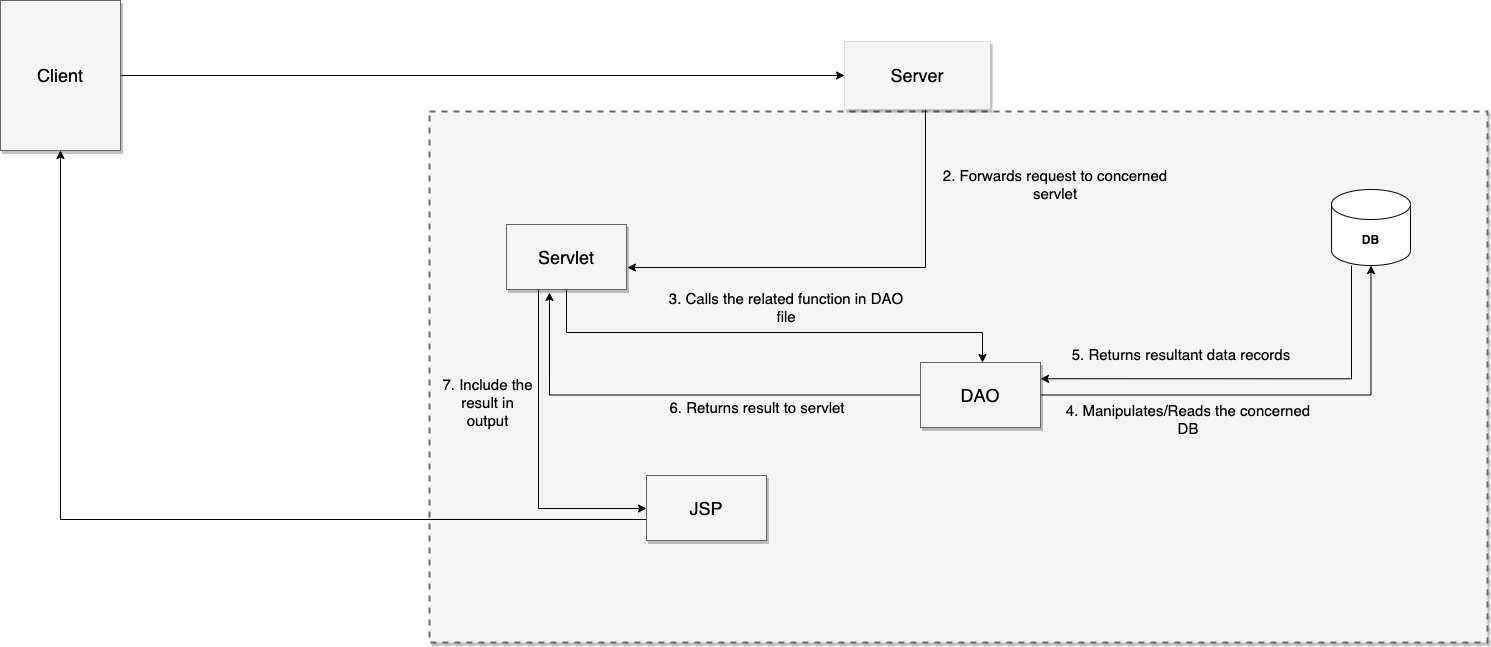
Before: HighLevelOverview.drawio.png, a diagram exported from draw.io (priyalsharma/covid19-supply). Source tidied: cells renumbered, new cells last; positions are measured from the earlier drawing's top-left corner, leaving out a move shared by most shapes.
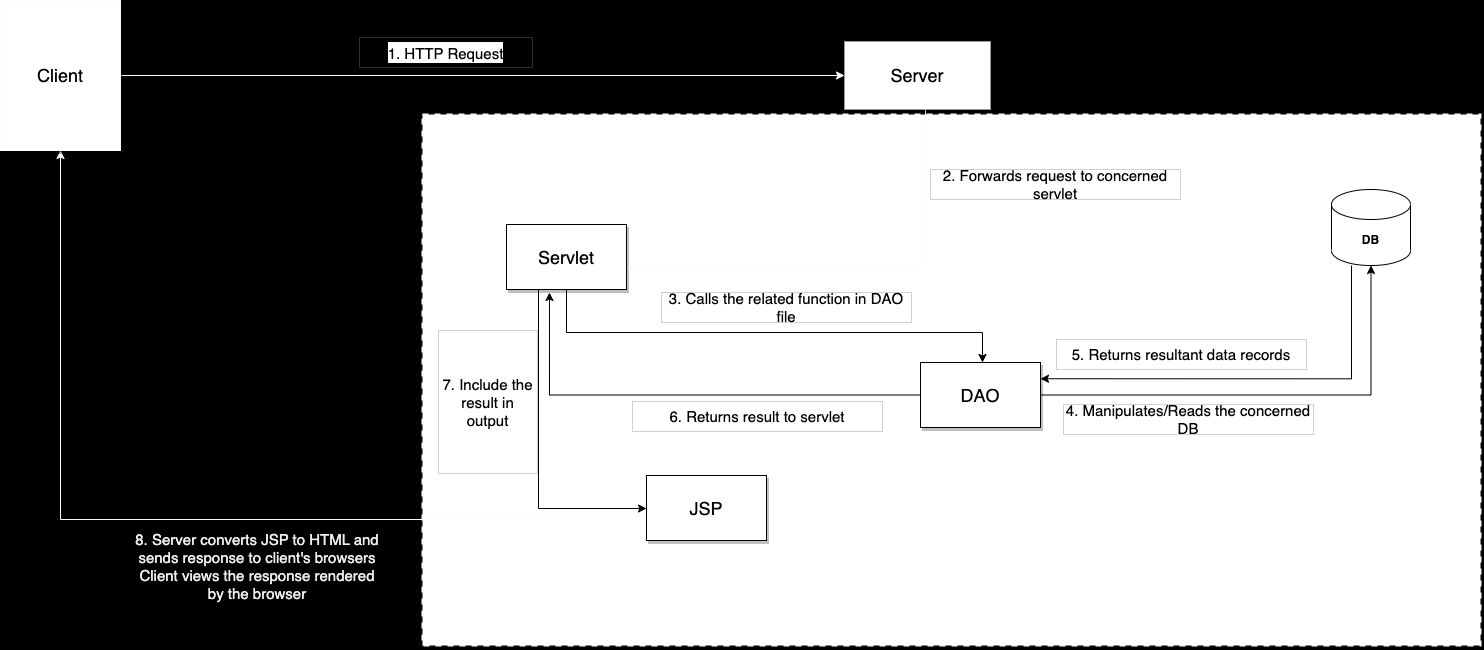
After the commit.

Change to the diagram source:
```diff
@@ -1,11 +1,11 @@
-<mxGraphModel>
+<mxGraphModel background="#000000">
   <root>
     <mxCell id="0" style="html=1;" />
     <mxCell id="1" style="html=1;" parent="0" />
-    <mxCell id="2" style="whiteSpace=wrap;html=1;shadow=1;fontSize=20;fillColor=#f5f5f5;strokeColor=#666666;strokeWidth=2;dashed=1;align=left;" parent="1" vertex="1">
-      <mxGeometry x="429" y="111" width="1058" height="531" as="geometry" />
+    <mxCell id="2" style="whiteSpace=wrap;html=1;shadow=1;fontSize=20;strokeWidth=2;dashed=1;align=left;strokeColor=#fcfcfc;" parent="1" vertex="1">
+      <mxGeometry x="422" y="114" width="1058" height="531" as="geometry" />
     </mxCell>
-    <mxCell id="3" style="edgeStyle=orthogonalEdgeStyle;rounded=0;jettySize=auto;html=1;" parent="1" edge="1" source="5" target="8">
+    <mxCell id="3" style="edgeStyle=orthogonalEdgeStyle;rounded=0;jettySize=auto;html=1;strokeColor=#000000;" parent="1" edge="1" source="5" target="8">
       <mxGeometry relative="1" as="geometry">
         <Array as="points">
           <mxPoint x="566" y="332" />
@@ -13,7 +13,7 @@
         </Array>
       </mxGeometry>
     </mxCell>
-    <mxCell id="4" style="edgeStyle=orthogonalEdgeStyle;rounded=0;jettySize=auto;html=1;exitX=0.5;exitY=1;exitDx=0;exitDy=0;" parent="1" edge="1" source="5" target="10">
+    <mxCell id="4" style="edgeStyle=orthogonalEdgeStyle;rounded=0;jettySize=auto;html=1;exitX=0.5;exitY=1;exitDx=0;exitDy=0;strokeColor=#000000;" parent="1" edge="1" source="5" target="10">
       <mxGeometry relative="1" as="geometry">
         <Array as="points">
           <mxPoint x="538" y="289" />
@@ -21,79 +21,79 @@
         </Array>
       </mxGeometry>
     </mxCell>
-    <mxCell id="5" value="Servlet" style="whiteSpace=wrap;html=1;shadow=1;fontSize=18;fillColor=#f5f5f5;strokeColor=#666666;" parent="1" vertex="1">
+    <mxCell id="5" value="Servlet" style="whiteSpace=wrap;html=1;shadow=1;fontSize=18;strokeColor=#000000;" parent="1" vertex="1">
       <mxGeometry x="506" y="224" width="120" height="65" as="geometry" />
     </mxCell>
-    <mxCell id="6" style="edgeStyle=orthogonalEdgeStyle;rounded=0;jettySize=auto;html=1;" parent="1" edge="1" source="8" target="14">
+    <mxCell id="6" style="edgeStyle=orthogonalEdgeStyle;rounded=0;jettySize=auto;html=1;strokeColor=#000000;" parent="1" edge="1" source="8" target="14">
       <mxGeometry relative="1" as="geometry" />
     </mxCell>
-    <mxCell id="7" style="edgeStyle=orthogonalEdgeStyle;rounded=0;jettySize=auto;html=1;entryX=0.358;entryY=1.046;entryDx=0;entryDy=0;entryPerimeter=0;fontSize=15;" parent="1" edge="1" source="8" target="5">
+    <mxCell id="7" style="edgeStyle=orthogonalEdgeStyle;rounded=0;jettySize=auto;html=1;entryX=0.358;entryY=1.046;entryDx=0;entryDy=0;entryPerimeter=0;fontSize=15;strokeColor=#000000;" parent="1" edge="1" source="8" target="5">
       <mxGeometry relative="1" as="geometry" />
     </mxCell>
-    <mxCell id="8" value="DAO" style="whiteSpace=wrap;html=1;shadow=1;fontSize=18;fillColor=#f5f5f5;strokeColor=#666666;" parent="1" vertex="1">
+    <mxCell id="8" value="DAO" style="whiteSpace=wrap;html=1;shadow=1;fontSize=18;strokeColor=#000000;" parent="1" vertex="1">
       <mxGeometry x="920" y="362" width="120" height="65" as="geometry" />
     </mxCell>
-    <mxCell id="9" style="edgeStyle=orthogonalEdgeStyle;rounded=0;jettySize=auto;html=1;" parent="1" edge="1" source="10" target="12">
+    <mxCell id="9" style="edgeStyle=orthogonalEdgeStyle;rounded=0;jettySize=auto;html=1;strokeColor=#fcfcfc;" parent="1" edge="1" source="10" target="12">
       <mxGeometry relative="1" as="geometry">
         <Array as="points">
           <mxPoint x="60" y="519" />
         </Array>
       </mxGeometry>
     </mxCell>
-    <mxCell id="10" value="JSP" style="whiteSpace=wrap;html=1;shadow=1;fontSize=18;fillColor=#f5f5f5;strokeColor=#666666;" parent="1" vertex="1">
+    <mxCell id="10" value="JSP" style="whiteSpace=wrap;html=1;shadow=1;fontSize=18;strokeColor=#000000;" parent="1" vertex="1">
       <mxGeometry x="646" y="475" width="120" height="65" as="geometry" />
     </mxCell>
-    <mxCell id="11" style="edgeStyle=orthogonalEdgeStyle;rounded=0;jettySize=auto;html=1;" parent="1" edge="1" source="12" target="16">
+    <mxCell id="11" style="edgeStyle=orthogonalEdgeStyle;rounded=0;jettySize=auto;html=1;strokeColor=#fcfcfc;" parent="1" edge="1" source="12" target="16">
       <mxGeometry relative="1" as="geometry" />
     </mxCell>
-    <mxCell id="12" value="Client" style="whiteSpace=wrap;html=1;shadow=1;fontSize=18;fillColor=#f5f5f5;strokeColor=#666666;" parent="1" vertex="1">
+    <mxCell id="12" value="Client" style="whiteSpace=wrap;html=1;shadow=1;fontSize=18;strokeColor=#fcfcfc;" parent="1" vertex="1">
       <mxGeometry width="120" height="150" as="geometry" />
     </mxCell>
-    <mxCell id="13" style="edgeStyle=orthogonalEdgeStyle;rounded=0;jettySize=auto;html=1;entryX=1;entryY=0.25;entryDx=0;entryDy=0;fontSize=15;" parent="1" edge="1" source="14" target="8">
+    <mxCell id="13" style="edgeStyle=orthogonalEdgeStyle;rounded=0;jettySize=auto;html=1;entryX=1;entryY=0.25;entryDx=0;entryDy=0;fontSize=15;strokeColor=#000000;" parent="1" edge="1" source="14" target="8">
       <mxGeometry relative="1" as="geometry">
         <Array as="points">
           <mxPoint x="1351" y="378" />
         </Array>
       </mxGeometry>
     </mxCell>
-    <mxCell id="14" value="&lt;b&gt;DB&lt;/b&gt;" style="shape=cylinder3;whiteSpace=wrap;html=1;boundedLbl=1;backgroundOutline=1;size=15;" parent="1" vertex="1">
+    <mxCell id="14" value="&lt;b&gt;DB&lt;/b&gt;" style="shape=cylinder3;whiteSpace=wrap;html=1;boundedLbl=1;backgroundOutline=1;size=15;strokeColor=#000000;" parent="1" vertex="1">
       <mxGeometry x="1331" y="189" width="79" height="76" as="geometry" />
     </mxCell>
-    <mxCell id="15" style="edgeStyle=orthogonalEdgeStyle;rounded=0;jettySize=auto;html=1;entryX=1.008;entryY=0.662;entryDx=0;entryDy=0;entryPerimeter=0;" parent="1" edge="1" source="16" target="5">
+    <mxCell id="15" style="edgeStyle=orthogonalEdgeStyle;rounded=0;jettySize=auto;html=1;entryX=1.008;entryY=0.662;entryDx=0;entryDy=0;entryPerimeter=0;strokeColor=#fcfcfc;" parent="1" edge="1" source="16" target="5">
       <mxGeometry relative="1" as="geometry">
         <Array as="points">
           <mxPoint x="925" y="267" />
         </Array>
       </mxGeometry>
     </mxCell>
-    <mxCell id="16" value="Server" style="whiteSpace=wrap;html=1;shadow=1;fontSize=18;fillColor=#f5f5f5;strokeColor=#666666;strokeWidth=0;" parent="1" vertex="1">
+    <mxCell id="16" value="Server" style="whiteSpace=wrap;html=1;shadow=1;fontSize=18;strokeWidth=0;strokeColor=#fcfcfc;" parent="1" vertex="1">
       <mxGeometry x="844" y="41" width="146" height="68" as="geometry" />
     </mxCell>
-    <mxCell id="17" value="&lt;font style=&quot;font-size: 15px;&quot;&gt;1. HTTP Request&lt;/font&gt;" style="text;html=1;strokeColor=none;fillColor=none;align=center;verticalAlign=middle;whiteSpace=wrap;rounded=0;labelBackgroundColor=#FFFFFF;strokeWidth=0;fontSize=18;fontColor=#FFFFFF;" parent="1" vertex="1">
+    <mxCell id="17" value="&lt;font style=&quot;font-size: 15px;&quot;&gt;1. HTTP Request&lt;/font&gt;" style="text;html=1;align=center;verticalAlign=middle;whiteSpace=wrap;rounded=0;labelBackgroundColor=#FFFFFF;strokeWidth=0;fontSize=18;strokeColor=#fcfcfc;" parent="1" vertex="1">
       <mxGeometry x="359" y="37" width="173" height="30" as="geometry" />
     </mxCell>
-    <mxCell id="18" style="edgeStyle=orthogonalEdgeStyle;rounded=0;orthogonalLoop=1;jettySize=auto;html=1;exitX=0.5;exitY=1;exitDx=0;exitDy=0;" parent="1" edge="1" source="17" target="17">
+    <mxCell id="18" style="edgeStyle=orthogonalEdgeStyle;rounded=0;orthogonalLoop=1;jettySize=auto;html=1;exitX=0.5;exitY=1;exitDx=0;exitDy=0;strokeColor=#fcfcfc;" parent="1" edge="1" source="17" target="17">
       <mxGeometry relative="1" as="geometry" />
     </mxCell>
-    <mxCell id="19" value="&lt;font style=&quot;font-size: 15px;&quot;&gt;2. Forwards request to concerned servlet&lt;/font&gt;" style="text;html=1;strokeColor=none;fillColor=none;align=center;verticalAlign=middle;whiteSpace=wrap;rounded=0;labelBackgroundColor=none;strokeWidth=0;fontSize=15;" parent="1" vertex="1">
+    <mxCell id="19" value="&lt;font style=&quot;font-size: 15px;&quot;&gt;2. Forwards request to concerned servlet&lt;/font&gt;" style="text;html=1;align=center;verticalAlign=middle;whiteSpace=wrap;rounded=0;labelBackgroundColor=none;strokeWidth=0;fontSize=15;strokeColor=#000000;" parent="1" vertex="1">
       <mxGeometry x="930" y="169" width="250" height="30" as="geometry" />
     </mxCell>
-    <mxCell id="20" value="3. Calls the related function in DAO file" style="text;strokeColor=none;fillColor=none;align=center;verticalAlign=middle;whiteSpace=wrap;rounded=0;labelBackgroundColor=none;strokeWidth=0;fontSize=15;labelBorderColor=none;" parent="1" vertex="1">
+    <mxCell id="20" value="3. Calls the related function in DAO file" style="text;align=center;verticalAlign=middle;whiteSpace=wrap;rounded=0;labelBackgroundColor=none;strokeWidth=0;fontSize=15;labelBorderColor=none;strokeColor=#000000;" parent="1" vertex="1">
       <mxGeometry x="661" y="292" width="250" height="30" as="geometry" />
     </mxCell>
-    <mxCell id="21" value="4. Manipulates/Reads the concerned DB" style="text;strokeColor=none;fillColor=none;align=center;verticalAlign=middle;whiteSpace=wrap;rounded=0;labelBackgroundColor=none;strokeWidth=0;fontSize=15;labelBorderColor=none;" parent="1" vertex="1">
+    <mxCell id="21" value="4. Manipulates/Reads the concerned DB" style="text;align=center;verticalAlign=middle;whiteSpace=wrap;rounded=0;labelBackgroundColor=none;strokeWidth=0;fontSize=15;labelBorderColor=none;strokeColor=#000000;" parent="1" vertex="1">
       <mxGeometry x="1063" y="404" width="250" height="30" as="geometry" />
     </mxCell>
-    <mxCell id="22" value="5. Returns resultant data records" style="text;strokeColor=none;fillColor=none;align=center;verticalAlign=middle;whiteSpace=wrap;rounded=0;labelBackgroundColor=none;strokeWidth=0;fontSize=15;labelBorderColor=none;" parent="1" vertex="1">
+    <mxCell id="22" value="5. Returns resultant data records" style="text;align=center;verticalAlign=middle;whiteSpace=wrap;rounded=0;labelBackgroundColor=none;strokeWidth=0;fontSize=15;labelBorderColor=none;strokeColor=#000000;" parent="1" vertex="1">
       <mxGeometry x="1056" y="339" width="250" height="30" as="geometry" />
     </mxCell>
-    <mxCell id="23" value="6. Returns result to servlet" style="text;strokeColor=none;fillColor=none;align=center;verticalAlign=middle;whiteSpace=wrap;rounded=0;labelBackgroundColor=none;strokeWidth=0;fontSize=15;labelBorderColor=none;" parent="1" vertex="1">
-      <mxGeometry x="632" y="392" width="250" height="30" as="geometry" />
+    <mxCell id="23" value="6. Returns result to servlet" style="text;align=center;verticalAlign=middle;whiteSpace=wrap;rounded=0;labelBackgroundColor=none;strokeWidth=0;fontSize=15;labelBorderColor=none;strokeColor=#000000;" parent="1" vertex="1">
+      <mxGeometry x="632" y="401" width="250" height="30" as="geometry" />
     </mxCell>
-    <mxCell id="24" value="7. Include the result in output" style="text;strokeColor=none;fillColor=none;align=center;verticalAlign=middle;whiteSpace=wrap;rounded=0;labelBackgroundColor=none;strokeWidth=0;fontSize=15;labelBorderColor=none;" parent="1" vertex="1">
+    <mxCell id="24" value="7. Include the result in output" style="text;align=center;verticalAlign=middle;whiteSpace=wrap;rounded=0;labelBackgroundColor=none;strokeWidth=0;fontSize=15;labelBorderColor=none;strokeColor=#000000;" parent="1" vertex="1">
       <mxGeometry x="438" y="330" width="99" height="143" as="geometry" />
     </mxCell>
-    <mxCell id="25" value="8. Server converts JSP to HTML and sends response to client's browsers&#10;Client views the response rendered by the browser&#10;" style="text;strokeColor=none;fillColor=none;align=center;verticalAlign=middle;whiteSpace=wrap;rounded=0;labelBackgroundColor=none;strokeWidth=0;fontSize=15;labelBorderColor=none;fontColor=#FFFFFF;" parent="1" vertex="1">
+    <mxCell id="25" value="8. Server converts JSP to HTML and sends response to client's browsers&#10;Client views the response rendered by the browser&#10;" style="text;align=center;verticalAlign=middle;whiteSpace=wrap;rounded=0;labelBackgroundColor=none;strokeWidth=0;fontSize=15;labelBorderColor=none;strokeColor=#000000;fontColor=#ededed;" parent="1" vertex="1">
       <mxGeometry x="132" y="560" width="250" height="30" as="geometry" />
     </mxCell>
   </root>
```
